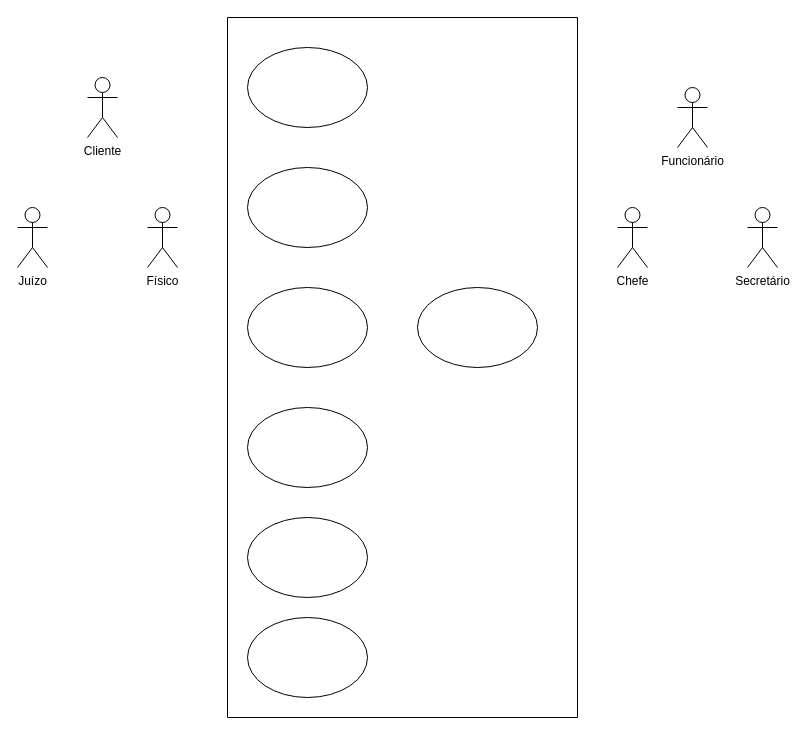
gman2004-spec/Draw.io keeps this draw.io diagram as Casa-de-uso.drawio. Above is the earlier version. Source tidied: cells renumbered, new cells numbered last; positions are measured from the earlier drawing's top-left corner, leaving out a move shared by most shapes. Both pictures are drawn from the tidied source at 100%, with x=0, y=0 at pixel (17, 17).
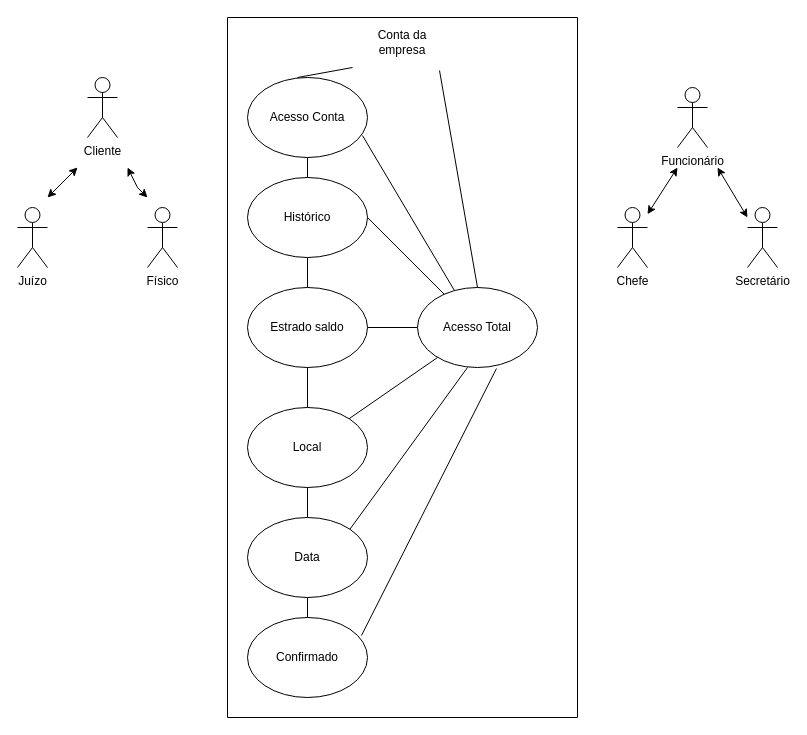
Above is the later version.

The change refers to these unchanged cells:
```xml
<mxCell id="2" style="swimlane;startSize=0;" parent="1" vertex="1">
  <mxGeometry x="210" width="350" height="700" as="geometry" />
</mxCell>
<mxCell id="13" value="Chefe" style="shape=umlActor;verticalLabelPosition=bottom;verticalAlign=top;html=1;" parent="1" vertex="1">
  <mxGeometry x="600" y="190" width="30" height="60" as="geometry" />
</mxCell>
```

Change to the diagram source:
```diff
@@
-    <mxCell id="3" style="ellipse;whiteSpace=wrap;html=1;" parent="2" vertex="1">
-      <mxGeometry x="20" y="30" width="120" height="80" as="geometry" />
+    <mxCell id="3" value="Acesso Conta" style="ellipse;whiteSpace=wrap;html=1;" parent="2" vertex="1">
+      <mxGeometry x="20" y="60" width="120" height="80" as="geometry" />
     </mxCell>
-    <mxCell id="4" style="ellipse;whiteSpace=wrap;html=1;" parent="2" vertex="1">
-      <mxGeometry x="20" y="150" width="120" height="80" as="geometry" />
+    <mxCell id="4" value="Histórico" style="ellipse;whiteSpace=wrap;html=1;" parent="2" vertex="1">
+      <mxGeometry x="20" y="160" width="120" height="80" as="geometry" />
     </mxCell>
-    <mxCell id="5" style="ellipse;whiteSpace=wrap;html=1;" parent="2" vertex="1">
+    <mxCell id="5" value="Estrado saldo" style="ellipse;whiteSpace=wrap;html=1;" parent="2" vertex="1">
       <mxGeometry x="20" y="270" width="120" height="80" as="geometry" />
     </mxCell>
-    <mxCell id="6" style="ellipse;whiteSpace=wrap;html=1;" parent="2" vertex="1">
+    <mxCell id="6" value="Local" style="ellipse;whiteSpace=wrap;html=1;" parent="2" vertex="1">
       <mxGeometry x="20" y="390" width="120" height="80" as="geometry" />
     </mxCell>
-    <mxCell id="7" style="ellipse;whiteSpace=wrap;html=1;" parent="2" vertex="1">
+    <mxCell id="7" value="Data" style="ellipse;whiteSpace=wrap;html=1;" parent="2" vertex="1">
       <mxGeometry x="20" y="500" width="120" height="80" as="geometry" />
     </mxCell>
-    <mxCell id="8" style="ellipse;whiteSpace=wrap;html=1;" parent="2" vertex="1">
+    <mxCell id="8" value="Confirmado" style="ellipse;whiteSpace=wrap;html=1;" parent="2" vertex="1">
       <mxGeometry x="20" y="600" width="120" height="80" as="geometry" />
     </mxCell>
-    <mxCell id="9" style="ellipse;whiteSpace=wrap;html=1;" parent="2" vertex="1">
+    <mxCell id="9" value="Acesso Total" style="ellipse;whiteSpace=wrap;html=1;" parent="2" vertex="1">
       <mxGeometry x="190" y="270" width="120" height="80" as="geometry" />
     </mxCell>
+    <mxCell id="16" value="Conta da empresa" style="text;html=1;align=center;verticalAlign=middle;whiteSpace=wrap;rounded=0;" parent="2" vertex="1">
+      <mxGeometry x="125" width="100" height="50" as="geometry" />
+    </mxCell>
+    <mxCell id="17" style="endArrow=none;html=1;rounded=0;entryX=0;entryY=1;entryDx=0;entryDy=0;" parent="2" edge="1" target="16">
+      <mxGeometry relative="1" as="geometry">
+        <mxPoint x="70" y="60" as="sourcePoint" />
+      </mxGeometry>
+    </mxCell>
+    <mxCell id="18" style="endArrow=none;html=1;rounded=0;exitX=0.87;exitY=1.06;exitDx=0;exitDy=0;exitPerimeter=0;entryX=0.5;entryY=0;entryDx=0;entryDy=0;" parent="2" edge="1" source="16" target="9">
+      <mxGeometry relative="1" as="geometry" />
+    </mxCell>
+    <mxCell id="19" style="endArrow=none;html=1;rounded=0;" parent="2" edge="1" source="4" target="3">
+      <mxGeometry relative="1" as="geometry" />
+    </mxCell>
+    <mxCell id="20" style="endArrow=none;html=1;rounded=0;entryX=0.5;entryY=1;entryDx=0;entryDy=0;exitX=0.5;exitY=0;exitDx=0;exitDy=0;" parent="2" edge="1" source="5" target="4">
+      <mxGeometry relative="1" as="geometry" />
+    </mxCell>
+    <mxCell id="21" style="endArrow=none;html=1;rounded=0;entryX=0.5;entryY=1;entryDx=0;entryDy=0;exitX=0.5;exitY=0;exitDx=0;exitDy=0;" parent="2" edge="1" source="6" target="5">
+      <mxGeometry relative="1" as="geometry" />
+    </mxCell>
+    <mxCell id="22" style="endArrow=none;html=1;rounded=0;entryX=0.5;entryY=1;entryDx=0;entryDy=0;entryPerimeter=0;exitX=0.5;exitY=0;exitDx=0;exitDy=0;" parent="2" edge="1" source="7" target="6">
+      <mxGeometry relative="1" as="geometry" />
+    </mxCell>
+    <mxCell id="23" style="endArrow=none;html=1;rounded=0;entryX=0.5;entryY=1;entryDx=0;entryDy=0;exitX=0.5;exitY=0;exitDx=0;exitDy=0;" parent="2" edge="1" source="8" target="7">
+      <mxGeometry relative="1" as="geometry" />
+    </mxCell>
+    <mxCell id="24" style="endArrow=none;html=1;rounded=0;entryX=0.308;entryY=0.038;entryDx=0;entryDy=0;entryPerimeter=0;exitX=0.958;exitY=0.725;exitDx=0;exitDy=0;exitPerimeter=0;" parent="2" edge="1" source="3" target="9">
+      <mxGeometry relative="1" as="geometry" />
+    </mxCell>
+    <mxCell id="25" style="endArrow=none;html=1;rounded=0;exitX=1;exitY=0.5;exitDx=0;exitDy=0;" parent="2" edge="1" source="4" target="9">
+      <mxGeometry relative="1" as="geometry" />
+    </mxCell>
+    <mxCell id="26" style="endArrow=none;html=1;rounded=0;" parent="2" edge="1" source="5">
+      <mxGeometry relative="1" as="geometry">
+        <mxPoint x="190" y="310" as="targetPoint" />
+      </mxGeometry>
+    </mxCell>
+    <mxCell id="27" style="endArrow=none;html=1;rounded=0;" parent="2" edge="1" source="6">
+      <mxGeometry relative="1" as="geometry">
+        <mxPoint x="210" y="340" as="targetPoint" />
+      </mxGeometry>
+    </mxCell>
+    <mxCell id="28" style="endArrow=none;html=1;rounded=0;exitX=1;exitY=0;exitDx=0;exitDy=0;" parent="2" edge="1" source="7">
+      <mxGeometry relative="1" as="geometry">
+        <mxPoint x="240" y="350" as="targetPoint" />
+      </mxGeometry>
+    </mxCell>
+    <mxCell id="29" style="endArrow=none;html=1;rounded=0;entryX=0.658;entryY=1.013;entryDx=0;entryDy=0;entryPerimeter=0;exitX=0.95;exitY=0.225;exitDx=0;exitDy=0;exitPerimeter=0;" parent="2" edge="1" source="8" target="9">
+      <mxGeometry relative="1" as="geometry" />
+    </mxCell>
@@
+    <mxCell id="30" style="endArrow=classic;startArrow=classic;html=1;rounded=0;" parent="1" edge="1" source="13">
+      <mxGeometry relative="1" as="geometry">
+        <mxPoint x="660" y="150" as="targetPoint" />
+      </mxGeometry>
+    </mxCell>
+    <mxCell id="31" style="endArrow=classic;startArrow=classic;html=1;rounded=0;" parent="1" edge="1">
+      <mxGeometry relative="1" as="geometry">
+        <mxPoint x="730" y="200" as="sourcePoint" />
+        <mxPoint x="700" y="150" as="targetPoint" />
+      </mxGeometry>
+    </mxCell>
+    <mxCell id="32" style="endArrow=classic;startArrow=classic;html=1;rounded=0;" parent="1" edge="1">
+      <mxGeometry relative="1" as="geometry">
+        <mxPoint x="30" y="180" as="sourcePoint" />
+        <mxPoint x="60" y="150" as="targetPoint" />
+      </mxGeometry>
+    </mxCell>
+    <mxCell id="33" style="endArrow=classic;startArrow=classic;html=1;rounded=0;" parent="1" edge="1">
+      <mxGeometry relative="1" as="geometry">
+        <mxPoint x="110" y="150" as="sourcePoint" />
+        <mxPoint x="130" y="180" as="targetPoint" />
+        <Array as="points">
+          <mxPoint x="120" y="170" />
+        </Array>
+      </mxGeometry>
+    </mxCell>
```
